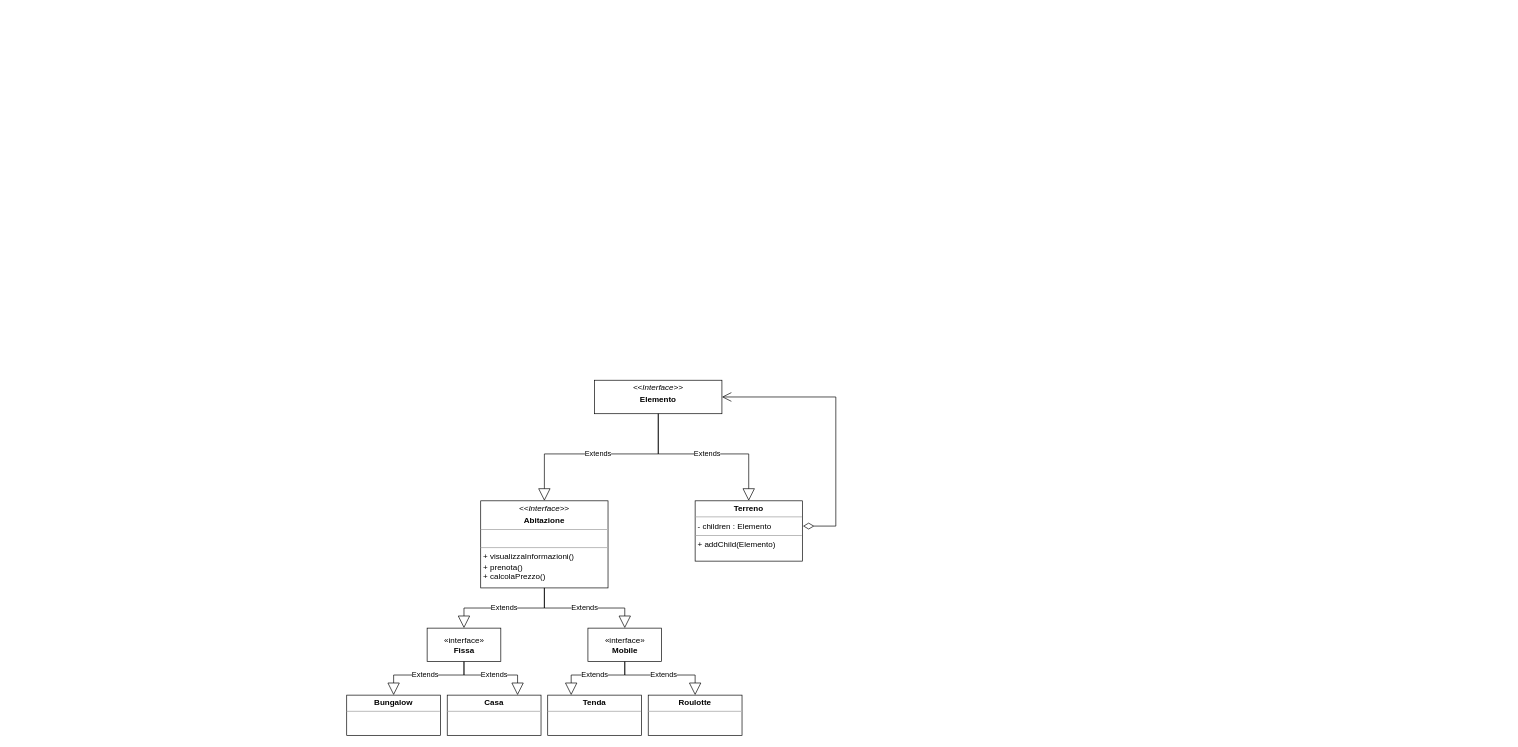
Before: UML.drawio in LBartolini/ProgettoMP, a draw.io diagram. Source tidied: cells renumbered, new cells numbered last; positions are measured from the earlier drawing's top-left corner, leaving out a move shared by most shapes. Both pictures are drawn from the tidied source at 67%, with x=0, y=0 at pixel (346, 380).
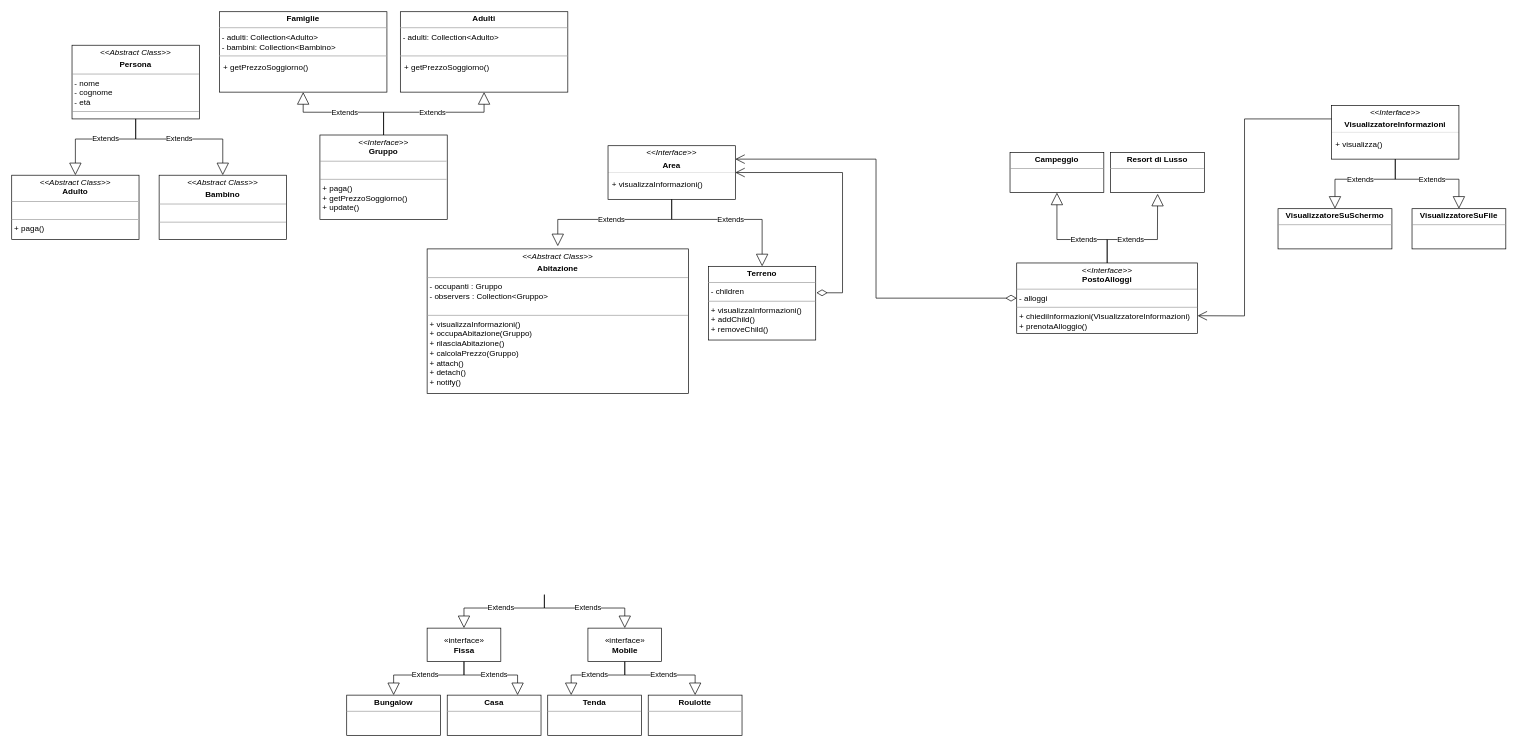
After the change.

Commit message:
modificato uml

Unchanged cells that the change refers to:
```xml
<mxCell id="4" value="&lt;div&gt;«interface»&lt;b&gt;&lt;br&gt;&lt;/b&gt;&lt;/div&gt;&lt;div&gt;&lt;b&gt;Fissa&lt;/b&gt;&lt;/div&gt;" style="html=1;" parent="1" vertex="1">
  <mxGeometry x="120" y="370" width="110" height="50" as="geometry" />
</mxCell>
<mxCell id="5" value="&lt;div&gt;«interface»&lt;b&gt;&lt;br&gt;&lt;/b&gt;&lt;/div&gt;&lt;div&gt;&lt;b&gt;Mobile&lt;/b&gt;&lt;/div&gt;" style="html=1;" parent="1" vertex="1">
  <mxGeometry x="360" y="370" width="110" height="50" as="geometry" />
</mxCell>
```

The edit, as a diff of the source:
```diff
@@
-    <mxCell id="2" value="&lt;p style=&quot;margin:0px;margin-top:4px;text-align:center;&quot;&gt;&lt;i&gt;&amp;lt;&amp;lt;Interface&amp;gt;&amp;gt;&lt;/i&gt;&lt;b&gt;&lt;br&gt;&lt;/b&gt;&lt;/p&gt;&lt;p style=&quot;margin:0px;margin-top:4px;text-align:center;&quot;&gt;&lt;b&gt;Abitazione&lt;/b&gt;&lt;br&gt;&lt;/p&gt;&lt;hr size=&quot;1&quot;&gt;&lt;br&gt;&lt;hr size=&quot;1&quot;&gt;&lt;p style=&quot;margin:0px;margin-left:4px;&quot;&gt;+ visualizzaInformazioni()&lt;/p&gt;&lt;p style=&quot;margin:0px;margin-left:4px;&quot;&gt;+ prenota()&lt;/p&gt;&lt;p style=&quot;margin:0px;margin-left:4px;&quot;&gt;+ calcolaPrezzo()&lt;br&gt;&lt;/p&gt;" style="verticalAlign=top;align=left;overflow=fill;fontSize=12;fontFamily=Helvetica;html=1;" parent="1" vertex="1">
-      <mxGeometry x="200" y="180" width="190" height="130" as="geometry" />
-    </mxCell>
-    <mxCell id="3" value="&lt;p style=&quot;margin:0px;margin-top:4px;text-align:center;&quot;&gt;&lt;i&gt;&amp;lt;&amp;lt;Interface&amp;gt;&amp;gt;&lt;/i&gt;&lt;b&gt;&lt;br&gt;&lt;/b&gt;&lt;/p&gt;&lt;p style=&quot;margin:0px;margin-top:4px;text-align:center;&quot;&gt;&lt;b&gt;Elemento&lt;/b&gt;&lt;br&gt;&lt;/p&gt;" style="verticalAlign=top;align=left;overflow=fill;fontSize=12;fontFamily=Helvetica;html=1;" parent="1" vertex="1">
-      <mxGeometry x="370" width="190" height="50" as="geometry" />
+    <mxCell id="3" value="&lt;p style=&quot;margin:0px;margin-top:4px;text-align:center;&quot;&gt;&lt;i&gt;&amp;lt;&amp;lt;Interface&amp;gt;&amp;gt;&lt;/i&gt;&lt;b&gt;&lt;br&gt;&lt;/b&gt;&lt;/p&gt;&lt;p style=&quot;margin:0px;margin-top:4px;text-align:center;&quot;&gt;&lt;b&gt;Area&lt;/b&gt;&lt;br&gt;&lt;/p&gt;" style="verticalAlign=top;align=left;overflow=fill;fontSize=12;fontFamily=Helvetica;html=1;" parent="1" vertex="1">
+      <mxGeometry x="390" y="-350" width="190" height="80" as="geometry" />
     </mxCell>
@@
-    <mxCell id="6" value="Extends" style="endArrow=block;endSize=16;endFill=0;html=1;rounded=0;exitX=0.5;exitY=1;exitDx=0;exitDy=0;entryX=0.5;entryY=0;entryDx=0;entryDy=0;" parent="1" edge="1" source="2" target="4">
+    <mxCell id="6" value="Extends" style="endArrow=block;endSize=16;endFill=0;html=1;rounded=0;exitX=0.5;exitY=1;exitDx=0;exitDy=0;entryX=0.5;entryY=0;entryDx=0;entryDy=0;" parent="1" edge="1" target="4">
       <mxGeometry relative="1" as="geometry">
+        <mxPoint x="295" y="320" as="sourcePoint" />
         <Array as="points">
           <mxPoint x="295" y="340" />
           <mxPoint x="175" y="340" />
         </Array>
       </mxGeometry>
     </mxCell>
-    <mxCell id="7" value="Extends" style="endArrow=block;endSize=16;endFill=0;html=1;rounded=0;exitX=0.5;exitY=1;exitDx=0;exitDy=0;entryX=0.5;entryY=0;entryDx=0;entryDy=0;" parent="1" edge="1" source="2" target="5">
+    <mxCell id="7" value="Extends" style="endArrow=block;endSize=16;endFill=0;html=1;rounded=0;exitX=0.5;exitY=1;exitDx=0;exitDy=0;entryX=0.5;entryY=0;entryDx=0;entryDy=0;" parent="1" edge="1" target="5">
       <mxGeometry relative="1" as="geometry">
+        <mxPoint x="295" y="320" as="sourcePoint" />
         <Array as="points">
           <mxPoint x="295" y="340" />
           <mxPoint x="415" y="340" />
         </Array>
       </mxGeometry>
     </mxCell>
@@
-    <mxCell id="12" value="Extends" style="endArrow=block;endSize=16;endFill=0;html=1;rounded=0;exitX=0.5;exitY=1;exitDx=0;exitDy=0;entryX=0.5;entryY=0;entryDx=0;entryDy=0;" parent="1" edge="1" source="3" target="2">
+    <mxCell id="12" value="Extends" style="endArrow=block;endSize=16;endFill=0;html=1;rounded=0;exitX=0.5;exitY=1;exitDx=0;exitDy=0;entryX=0.5;entryY=0;entryDx=0;entryDy=0;" parent="1" edge="1" source="3">
       <mxGeometry relative="1" as="geometry">
+        <mxPoint x="315" y="-200" as="targetPoint" />
         <Array as="points">
-          <mxPoint x="465" y="110" />
-          <mxPoint x="295" y="110" />
+          <mxPoint x="485" y="-240" />
+          <mxPoint x="315" y="-240" />
         </Array>
       </mxGeometry>
     </mxCell>
     <mxCell id="13" value="Extends" style="endArrow=block;endSize=16;endFill=0;html=1;rounded=0;exitX=0.5;exitY=1;exitDx=0;exitDy=0;entryX=0.5;entryY=0;entryDx=0;entryDy=0;" parent="1" edge="1" source="3" target="14">
       <mxGeometry relative="1" as="geometry">
         <Array as="points">
-          <mxPoint x="465" y="110" />
-          <mxPoint x="600" y="110" />
+          <mxPoint x="485" y="-240" />
+          <mxPoint x="620" y="-240" />
         </Array>
       </mxGeometry>
     </mxCell>
-    <mxCell id="14" value="&lt;p style=&quot;margin:0px;margin-top:4px;text-align:center;&quot;&gt;&lt;b&gt;Terreno&lt;/b&gt;&lt;/p&gt;&lt;hr size=&quot;1&quot;&gt;&lt;p style=&quot;margin:0px;margin-left:4px;&quot;&gt;- children : Elemento&lt;br&gt;&lt;/p&gt;&lt;hr size=&quot;1&quot;&gt;&lt;p style=&quot;margin:0px;margin-left:4px;&quot;&gt;+ addChild(Elemento)&lt;br&gt;&lt;/p&gt;" style="verticalAlign=top;align=left;overflow=fill;fontSize=12;fontFamily=Helvetica;html=1;" parent="1" vertex="1">
-      <mxGeometry x="520" y="180" width="160" height="90" as="geometry" />
+    <mxCell id="14" value="&lt;p style=&quot;margin:0px;margin-top:4px;text-align:center;&quot;&gt;&lt;b&gt;Terreno&lt;/b&gt;&lt;/p&gt;&lt;hr size=&quot;1&quot;&gt;&lt;p style=&quot;margin:0px;margin-left:4px;&quot;&gt;- children&lt;br&gt;&lt;/p&gt;&lt;hr size=&quot;1&quot;&gt;&lt;p style=&quot;margin:0px;margin-left:4px;&quot;&gt;+ visualizzaInformazioni()&lt;/p&gt;&lt;p style=&quot;margin:0px;margin-left:4px;&quot;&gt;+ addChild()&lt;/p&gt;&lt;p style=&quot;margin:0px;margin-left:4px;&quot;&gt;+ removeChild()&lt;/p&gt;&lt;p style=&quot;margin:0px;margin-left:4px;&quot;&gt;&lt;br&gt;&lt;/p&gt;" style="verticalAlign=top;align=left;overflow=fill;fontSize=12;fontFamily=Helvetica;html=1;" parent="1" vertex="1">
+      <mxGeometry x="540" y="-170" width="160" height="110" as="geometry" />
     </mxCell>
-    <mxCell id="15" value="&lt;div&gt;&lt;br&gt;&lt;/div&gt;&lt;div&gt;&lt;br&gt;&lt;/div&gt;" style="endArrow=open;html=1;endSize=12;startArrow=diamondThin;startSize=14;startFill=0;edgeStyle=orthogonalEdgeStyle;align=left;verticalAlign=bottom;rounded=0;exitX=1.006;exitY=0.419;exitDx=0;exitDy=0;exitPerimeter=0;entryX=1;entryY=0.5;entryDx=0;entryDy=0;" parent="1" edge="1" source="14" target="3">
+    <mxCell id="15" value="&lt;div&gt;&lt;br&gt;&lt;/div&gt;&lt;div&gt;&lt;br&gt;&lt;/div&gt;" style="endArrow=open;html=1;endSize=12;startArrow=diamondThin;startSize=14;startFill=0;edgeStyle=orthogonalEdgeStyle;align=left;verticalAlign=bottom;rounded=0;entryX=1;entryY=0.5;entryDx=0;entryDy=0;exitX=1.006;exitY=0.359;exitDx=0;exitDy=0;exitPerimeter=0;" parent="1" edge="1" source="14" target="3">
       <mxGeometry x="-1" y="3" relative="1" as="geometry">
         <Array as="points">
-          <mxPoint x="730" y="218" />
-          <mxPoint x="730" y="25" />
+          <mxPoint x="740" y="-130" />
+          <mxPoint x="740" y="-310" />
         </Array>
       </mxGeometry>
     </mxCell>
@@
+    <mxCell id="20" value="&lt;p style=&quot;margin:0px;margin-top:4px;text-align:center;&quot;&gt;&lt;i&gt;&amp;lt;&amp;lt;Interface&amp;gt;&amp;gt;&lt;/i&gt;&lt;br&gt;&lt;b&gt;PostoAlloggi&lt;/b&gt;&lt;br&gt;&lt;/p&gt;&lt;hr size=&quot;1&quot;&gt;&lt;p style=&quot;margin:0px;margin-left:4px;&quot;&gt;- alloggi&lt;br&gt;&lt;/p&gt;&lt;hr size=&quot;1&quot;&gt;&lt;p style=&quot;margin:0px;margin-left:4px;&quot;&gt;+ chiediInformazioni(VisualizzatoreInformazioni)&lt;br&gt;+ prenotaAlloggio()&lt;br&gt;&lt;/p&gt;" style="verticalAlign=top;align=left;overflow=fill;fontSize=12;fontFamily=Helvetica;html=1;" parent="1" vertex="1">
+      <mxGeometry x="1000" y="-175" width="270" height="105" as="geometry" />
+    </mxCell>
+    <mxCell id="21" value="&lt;p style=&quot;margin:0px;margin-top:4px;text-align:center;&quot;&gt;&lt;b&gt;Campeggio&lt;/b&gt;&lt;br&gt;&lt;/p&gt;&lt;hr size=&quot;1&quot;&gt;&lt;div style=&quot;height:2px;&quot;&gt;&lt;/div&gt;" style="verticalAlign=top;align=left;overflow=fill;fontSize=12;fontFamily=Helvetica;html=1;" parent="1" vertex="1">
+      <mxGeometry x="990" y="-340" width="140" height="60" as="geometry" />
+    </mxCell>
+    <mxCell id="22" value="&lt;p style=&quot;margin:0px;margin-top:4px;text-align:center;&quot;&gt;&lt;b&gt;Resort di Lusso&lt;/b&gt;&lt;br&gt;&lt;/p&gt;&lt;hr size=&quot;1&quot;&gt;&lt;div style=&quot;height:2px;&quot;&gt;&lt;/div&gt;" style="verticalAlign=top;align=left;overflow=fill;fontSize=12;fontFamily=Helvetica;html=1;" parent="1" vertex="1">
+      <mxGeometry x="1140" y="-340" width="140" height="60" as="geometry" />
+    </mxCell>
+    <mxCell id="23" value="Extends" style="endArrow=block;endSize=16;endFill=0;html=1;rounded=0;exitX=0.5;exitY=0;exitDx=0;exitDy=0;entryX=0.5;entryY=1;entryDx=0;entryDy=0;" parent="1" edge="1" source="20" target="21">
+      <mxGeometry x="-0.22" relative="1" as="geometry">
+        <Array as="points">
+          <mxPoint x="1135" y="-210" />
+          <mxPoint x="1060" y="-210" />
+        </Array>
+      </mxGeometry>
+    </mxCell>
+    <mxCell id="24" value="Extends" style="endArrow=block;endSize=16;endFill=0;html=1;rounded=0;exitX=0.5;exitY=0;exitDx=0;exitDy=0;entryX=0.502;entryY=1.029;entryDx=0;entryDy=0;entryPerimeter=0;" parent="1" edge="1" source="20" target="22">
+      <mxGeometry x="-0.22" relative="1" as="geometry">
+        <Array as="points">
+          <mxPoint x="1135" y="-210" />
+          <mxPoint x="1210" y="-210" />
+        </Array>
+      </mxGeometry>
+    </mxCell>
+    <mxCell id="25" style="endArrow=open;html=1;endSize=12;startArrow=diamondThin;startSize=14;startFill=0;edgeStyle=orthogonalEdgeStyle;align=left;verticalAlign=bottom;rounded=0;exitX=0;exitY=0.5;exitDx=0;exitDy=0;entryX=1;entryY=0.25;entryDx=0;entryDy=0;" parent="1" edge="1" source="20" target="3">
+      <mxGeometry x="-1" y="3" relative="1" as="geometry" />
+    </mxCell>
+    <mxCell id="26" value="&lt;p style=&quot;margin:0px;margin-top:4px;text-align:center;&quot;&gt;&lt;i&gt;&amp;lt;&amp;lt;Abstract Class&amp;gt;&amp;gt;&lt;/i&gt;&lt;b&gt;&lt;br&gt;&lt;/b&gt;&lt;/p&gt;&lt;p style=&quot;margin:0px;margin-top:4px;text-align:center;&quot;&gt;&lt;b&gt;Persona&lt;/b&gt;&lt;br&gt;&lt;b&gt;&lt;/b&gt;&lt;/p&gt;&lt;hr size=&quot;1&quot;&gt;&lt;p style=&quot;margin:0px;margin-left:4px;&quot;&gt;- nome&lt;/p&gt;&lt;p style=&quot;margin:0px;margin-left:4px;&quot;&gt;- cognome&lt;/p&gt;&lt;p style=&quot;margin:0px;margin-left:4px;&quot;&gt;- età&lt;br&gt;&lt;/p&gt;&lt;hr size=&quot;1&quot;&gt;" style="verticalAlign=top;align=left;overflow=fill;fontSize=12;fontFamily=Helvetica;html=1;" parent="1" vertex="1">
+      <mxGeometry x="-410" y="-500" width="190" height="110" as="geometry" />
+    </mxCell>
+    <mxCell id="27" style="line;strokeWidth=1;fillColor=none;align=left;verticalAlign=middle;spacingTop=-1;spacingLeft=3;spacingRight=3;labelPosition=right;strokeColor=inherit;opacity=15;" parent="1" vertex="1">
+      <mxGeometry x="390" y="-314" width="190" height="8" as="geometry" />
+    </mxCell>
+    <mxCell id="28" value="+ visualizzaInformazioni()" style="text;strokeColor=none;fillColor=none;align=left;verticalAlign=top;spacingLeft=4;spacingRight=4;overflow=hidden;opacity=15;" parent="1" vertex="1">
+      <mxGeometry x="390" y="-306" width="190" height="26" as="geometry" />
+    </mxCell>
+    <mxCell id="29" value="&lt;p style=&quot;margin:0px;margin-top:4px;text-align:center;&quot;&gt;&lt;i&gt;&amp;lt;&amp;lt;Interface&amp;gt;&amp;gt;&lt;/i&gt;&lt;b&gt;&lt;br&gt;&lt;/b&gt;&lt;/p&gt;&lt;p style=&quot;margin:0px;margin-top:4px;text-align:center;&quot;&gt;&lt;b&gt;VisualizzatoreInformazioni&lt;/b&gt;&lt;br&gt;&lt;/p&gt;" style="verticalAlign=top;align=left;overflow=fill;fontSize=12;fontFamily=Helvetica;html=1;flipV=1;flipH=0;" parent="1" vertex="1">
+      <mxGeometry x="1470" y="-410" width="190" height="80" as="geometry" />
+    </mxCell>
+    <mxCell id="30" style="line;strokeWidth=1;fillColor=none;align=left;verticalAlign=middle;spacingTop=-1;spacingLeft=3;spacingRight=3;labelPosition=right;strokeColor=inherit;opacity=15;flipV=1;flipH=0;" parent="1" vertex="1">
+      <mxGeometry x="1470" y="-374" width="190" height="8" as="geometry" />
+    </mxCell>
+    <mxCell id="31" value="+ visualizza()" style="text;strokeColor=none;fillColor=none;align=left;verticalAlign=top;spacingLeft=4;spacingRight=4;overflow=hidden;opacity=15;flipV=1;flipH=0;" parent="1" vertex="1">
+      <mxGeometry x="1470" y="-366" width="190" height="26" as="geometry" />
+    </mxCell>
+    <mxCell id="32" style="endArrow=open;endFill=1;endSize=12;html=1;rounded=0;exitX=0;exitY=0.25;exitDx=0;exitDy=0;entryX=1;entryY=0.75;entryDx=0;entryDy=0;" parent="1" edge="1" source="29" target="20">
+      <mxGeometry relative="1" as="geometry">
+        <Array as="points">
+          <mxPoint x="1340" y="-390" />
+          <mxPoint x="1340" y="-96" />
+        </Array>
+      </mxGeometry>
+    </mxCell>
+    <mxCell id="33" value="Extends" style="endArrow=block;endSize=16;endFill=0;html=1;rounded=0;exitX=0.5;exitY=1;exitDx=0;exitDy=0;entryX=0.5;entryY=0;entryDx=0;entryDy=0;" parent="1" edge="1" source="29" target="35">
+      <mxGeometry relative="1" as="geometry">
+        <Array as="points">
+          <mxPoint x="1565" y="-300" />
+          <mxPoint x="1475" y="-300" />
+        </Array>
+      </mxGeometry>
+    </mxCell>
+    <mxCell id="34" value="Extends" style="endArrow=block;endSize=16;endFill=0;html=1;rounded=0;exitX=0.5;exitY=1;exitDx=0;exitDy=0;entryX=0.5;entryY=0;entryDx=0;entryDy=0;" parent="1" edge="1" source="29" target="36">
+      <mxGeometry relative="1" as="geometry">
+        <Array as="points">
+          <mxPoint x="1565" y="-300" />
+          <mxPoint x="1660" y="-300" />
+        </Array>
+      </mxGeometry>
+    </mxCell>
+    <mxCell id="35" value="&lt;p style=&quot;margin:0px;margin-top:4px;text-align:center;&quot;&gt;&lt;b&gt;VisualizzatoreSuSchermo&lt;/b&gt;&lt;br&gt;&lt;/p&gt;&lt;hr size=&quot;1&quot;&gt;&lt;div style=&quot;height:2px;&quot;&gt;&lt;/div&gt;" style="verticalAlign=top;align=left;overflow=fill;fontSize=12;fontFamily=Helvetica;html=1;flipV=1;flipH=0;" parent="1" vertex="1">
+      <mxGeometry x="1390" y="-256" width="170" height="60" as="geometry" />
+    </mxCell>
+    <mxCell id="36" value="&lt;p style=&quot;margin:0px;margin-top:4px;text-align:center;&quot;&gt;&lt;b&gt;VisualizzatoreSuFile&lt;/b&gt;&lt;br&gt;&lt;/p&gt;&lt;hr size=&quot;1&quot;&gt;&lt;div style=&quot;height:2px;&quot;&gt;&lt;/div&gt;" style="verticalAlign=top;align=left;overflow=fill;fontSize=12;fontFamily=Helvetica;html=1;flipV=1;flipH=0;" parent="1" vertex="1">
+      <mxGeometry x="1590" y="-256" width="140" height="60" as="geometry" />
+    </mxCell>
+    <mxCell id="37" value="&lt;p style=&quot;margin:0px;margin-top:4px;text-align:center;&quot;&gt;&lt;i&gt;&amp;lt;&amp;lt;Abstract Class&amp;gt;&amp;gt;&lt;/i&gt;&lt;br&gt;&lt;b&gt;Adulto&lt;/b&gt;&lt;br&gt;&lt;/p&gt;&lt;hr size=&quot;1&quot;&gt;&lt;p style=&quot;margin:0px;margin-left:4px;&quot;&gt;&lt;br&gt;&lt;/p&gt;&lt;hr size=&quot;1&quot;&gt;&lt;p style=&quot;margin:0px;margin-left:4px;&quot;&gt;+ paga()&lt;br&gt;&lt;/p&gt;" style="verticalAlign=top;align=left;overflow=fill;fontSize=12;fontFamily=Helvetica;html=1;" parent="1" vertex="1">
+      <mxGeometry x="-500" y="-306" width="190" height="96" as="geometry" />
+    </mxCell>
+    <mxCell id="38" value="&lt;p style=&quot;margin:0px;margin-top:4px;text-align:center;&quot;&gt;&lt;i&gt;&amp;lt;&amp;lt;Abstract Class&amp;gt;&amp;gt;&lt;/i&gt;&lt;b&gt;&lt;br&gt;&lt;/b&gt;&lt;/p&gt;&lt;p style=&quot;margin:0px;margin-top:4px;text-align:center;&quot;&gt;&lt;b&gt;Bambino&lt;/b&gt;&lt;br&gt;&lt;b&gt;&lt;/b&gt;&lt;/p&gt;&lt;hr size=&quot;1&quot;&gt;&lt;br&gt;&lt;hr size=&quot;1&quot;&gt;&lt;p style=&quot;margin:0px;margin-left:4px;&quot;&gt;&lt;br&gt;&lt;/p&gt;" style="verticalAlign=top;align=left;overflow=fill;fontSize=12;fontFamily=Helvetica;html=1;" parent="1" vertex="1">
+      <mxGeometry x="-280" y="-306" width="190" height="96" as="geometry" />
+    </mxCell>
+    <mxCell id="39" value="Extends" style="endArrow=block;endSize=16;endFill=0;html=1;rounded=0;exitX=0.5;exitY=1;exitDx=0;exitDy=0;entryX=0.5;entryY=0;entryDx=0;entryDy=0;" parent="1" edge="1" source="26" target="37">
+      <mxGeometry x="-0.14" relative="1" as="geometry">
+        <Array as="points">
+          <mxPoint x="-315" y="-360" />
+          <mxPoint x="-405" y="-360" />
+        </Array>
+      </mxGeometry>
+    </mxCell>
+    <mxCell id="40" value="Extends" style="endArrow=block;endSize=16;endFill=0;html=1;rounded=0;exitX=0.5;exitY=1;exitDx=0;exitDy=0;entryX=0.5;entryY=0;entryDx=0;entryDy=0;" parent="1" edge="1" source="26" target="38">
+      <mxGeometry x="-0.11" relative="1" as="geometry">
+        <Array as="points">
+          <mxPoint x="-315" y="-360" />
+          <mxPoint x="-185" y="-360" />
+        </Array>
+      </mxGeometry>
+    </mxCell>
+    <mxCell id="41" value="&lt;p style=&quot;margin:0px;margin-top:4px;text-align:center;&quot;&gt;&lt;i&gt;&amp;lt;&amp;lt;Abstract Class&amp;gt;&amp;gt;&lt;/i&gt;&lt;b&gt;&lt;br&gt;&lt;/b&gt;&lt;/p&gt;&lt;p style=&quot;margin:0px;margin-top:4px;text-align:center;&quot;&gt;&lt;b&gt;Abitazione&lt;/b&gt;&lt;br&gt;&lt;b&gt;&lt;/b&gt;&lt;/p&gt;&lt;hr size=&quot;1&quot;&gt;&lt;p style=&quot;margin:0px;margin-left:4px;&quot;&gt;- occupanti : Gruppo&lt;/p&gt;&lt;p style=&quot;margin:0px;margin-left:4px;&quot;&gt;- observers : Collection&amp;lt;Gruppo&amp;gt;&lt;br&gt;&lt;/p&gt;&lt;p style=&quot;margin:0px;margin-left:4px;&quot;&gt;&lt;br&gt;&lt;/p&gt;&lt;hr size=&quot;1&quot;&gt;&lt;p style=&quot;margin:0px;margin-left:4px;&quot; align=&quot;left&quot;&gt;+ visualizzaInformazioni()&lt;/p&gt;&lt;p style=&quot;margin:0px;margin-left:4px;&quot; align=&quot;left&quot;&gt;+ occupaAbitazione(Gruppo)&lt;/p&gt;&lt;p style=&quot;margin:0px;margin-left:4px;&quot; align=&quot;left&quot;&gt;+ rilasciaAbitazione()&lt;br&gt;&lt;/p&gt;&lt;p style=&quot;margin:0px;margin-left:4px;&quot; align=&quot;left&quot;&gt;+ calcolaPrezzo(Gruppo)&lt;br&gt;&lt;/p&gt;&lt;p style=&quot;margin:0px;margin-left:4px;&quot; align=&quot;left&quot;&gt;+ attach()&lt;br&gt;&lt;/p&gt;&lt;p style=&quot;margin:0px;margin-left:4px;&quot; align=&quot;left&quot;&gt;+ detach()&lt;br&gt;&lt;/p&gt;&lt;p style=&quot;margin:0px;margin-left:4px;&quot; align=&quot;left&quot;&gt;+ notify()&lt;/p&gt;&lt;p style=&quot;margin:0px;margin-left:4px;&quot;&gt;&amp;nbsp;&lt;/p&gt;" style="verticalAlign=top;align=left;overflow=fill;fontSize=12;fontFamily=Helvetica;html=1;" parent="1" vertex="1">
+      <mxGeometry x="120" y="-196" width="390" height="216" as="geometry" />
+    </mxCell>
+    <mxCell id="42" value="&lt;p style=&quot;margin:0px;margin-top:4px;text-align:center;&quot;&gt;&lt;i&gt;&amp;lt;&amp;lt;Interface&amp;gt;&amp;gt;&lt;/i&gt;&lt;br&gt;&lt;b&gt;Gruppo&lt;/b&gt;&lt;br&gt;&lt;/p&gt;&lt;hr size=&quot;1&quot;&gt;&lt;br&gt;&lt;hr size=&quot;1&quot;&gt;&lt;p style=&quot;margin:0px;margin-left:4px;&quot;&gt;+ paga()&lt;br&gt;&lt;/p&gt;&lt;p style=&quot;margin:0px;margin-left:4px;&quot;&gt;+ getPrezzoSoggiorno()&lt;br&gt;&lt;/p&gt;&lt;p style=&quot;margin:0px;margin-left:4px;&quot;&gt;+ update()&lt;/p&gt;&lt;p style=&quot;margin:0px;margin-left:4px;&quot;&gt;&lt;br&gt;&lt;/p&gt;&lt;p style=&quot;margin:0px;margin-left:4px;&quot;&gt;&lt;/p&gt;" style="verticalAlign=top;align=left;overflow=fill;fontSize=12;fontFamily=Helvetica;html=1;" parent="1" vertex="1">
+      <mxGeometry x="-40" y="-366" width="190" height="126" as="geometry" />
+    </mxCell>
+    <mxCell id="43" value="Extends" style="endArrow=block;endSize=16;endFill=0;html=1;rounded=0;exitX=0.5;exitY=0;exitDx=0;exitDy=0;entryX=0.5;entryY=1;entryDx=0;entryDy=0;" parent="1" edge="1" source="42" target="47">
+      <mxGeometry relative="1" as="geometry">
+        <Array as="points">
+          <mxPoint x="55" y="-400" />
+          <mxPoint x="-65" y="-400" />
+        </Array>
+      </mxGeometry>
+    </mxCell>
+    <mxCell id="44" value="Extends" style="endArrow=block;endSize=16;endFill=0;html=1;rounded=0;exitX=0.5;exitY=0;exitDx=0;exitDy=0;entryX=0.5;entryY=1;entryDx=0;entryDy=0;" parent="1" edge="1" source="42" target="50">
+      <mxGeometry relative="1" as="geometry">
+        <Array as="points">
+          <mxPoint x="55" y="-400" />
+          <mxPoint x="205" y="-400" />
+        </Array>
+      </mxGeometry>
+    </mxCell>
+    <mxCell id="45" style="group;" parent="1" vertex="1">
+      <mxGeometry x="-190" y="-550" width="250" height="130" as="geometry" />
+    </mxCell>
+    <mxCell id="46" style="group;" parent="45" vertex="1">
+      <mxGeometry width="250" height="120" as="geometry" />
+    </mxCell>
+    <mxCell id="47" value="&lt;p style=&quot;margin:0px;margin-top:4px;text-align:center;&quot;&gt;&lt;b&gt;Famiglie&lt;/b&gt;&lt;/p&gt;&lt;hr size=&quot;1&quot;&gt;&lt;p style=&quot;margin:0px;margin-left:4px;&quot;&gt;- adulti: Collection&amp;lt;Adulto&amp;gt;&lt;/p&gt;&lt;p style=&quot;margin:0px;margin-left:4px;&quot;&gt;- bambini: Collection&amp;lt;Bambino&amp;gt;&lt;/p&gt;&lt;hr size=&quot;1&quot;&gt;" style="verticalAlign=top;align=left;overflow=fill;fontSize=12;fontFamily=Helvetica;html=1;" parent="46" vertex="1">
+      <mxGeometry width="250" height="120" as="geometry" />
+    </mxCell>
+    <mxCell id="48" value="+ getPrezzoSoggiorno()" style="text;strokeColor=none;fillColor=none;align=left;verticalAlign=top;spacingLeft=4;spacingRight=4;overflow=hidden;html=1;" parent="46" vertex="1">
+      <mxGeometry y="70" width="250" height="50" as="geometry" />
+    </mxCell>
+    <mxCell id="49" style="group;" parent="1" vertex="1">
+      <mxGeometry x="80" y="-550" width="250" height="120" as="geometry" />
+    </mxCell>
+    <mxCell id="50" value="&lt;p style=&quot;margin:0px;margin-top:4px;text-align:center;&quot;&gt;&lt;b&gt;Adulti&lt;/b&gt;&lt;br&gt;&lt;/p&gt;&lt;hr size=&quot;1&quot;&gt;&lt;p style=&quot;margin:0px;margin-left:4px;&quot;&gt;- adulti: Collection&amp;lt;Adulto&amp;gt;&lt;/p&gt;&lt;p style=&quot;margin:0px;margin-left:4px;&quot;&gt;&lt;br&gt;&lt;/p&gt;&lt;hr size=&quot;1&quot;&gt;" style="verticalAlign=top;align=left;overflow=fill;fontSize=12;fontFamily=Helvetica;html=1;" parent="49" vertex="1">
+      <mxGeometry width="250" height="120" as="geometry" />
+    </mxCell>
+    <mxCell id="51" value="+ getPrezzoSoggiorno()" style="text;strokeColor=none;fillColor=none;align=left;verticalAlign=top;spacingLeft=4;spacingRight=4;overflow=hidden;html=1;" parent="49" vertex="1">
+      <mxGeometry y="70" width="250" height="50" as="geometry" />
+    </mxCell>
```
